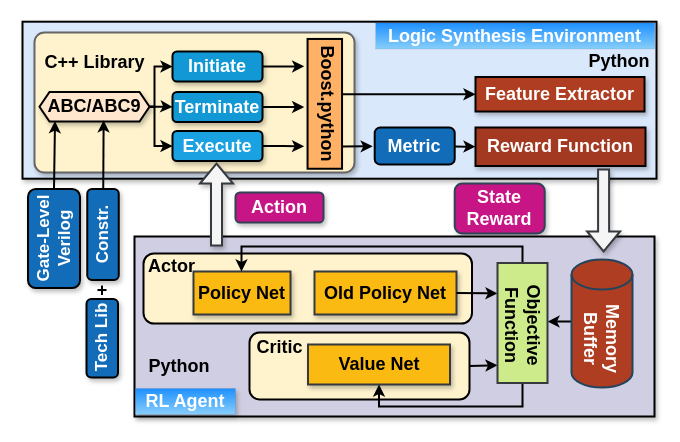
Above: learningframework.drawio in kxzhu0505/LogicSynOpt (draw.io), before the change. Source tidied: cells renumbered, new cells numbered last; positions are measured from the earlier drawing's top-left corner, leaving out a move shared by most shapes. Both pictures are drawn from the tidied source at 100%, with x=0, y=0 at pixel (4, 21).
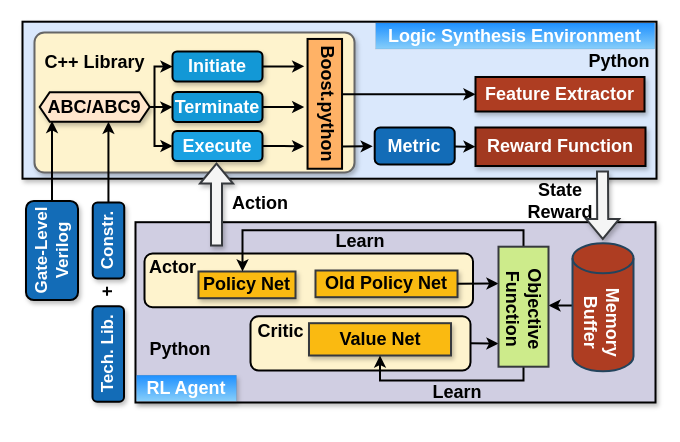
Above is the later version.

The edit, as a diff of the source:
```diff
@@
     <mxCell id="2" value="&lt;font color=&quot;#ffffff&quot;&gt;&lt;b style=&quot;font-size: 17px;&quot;&gt;&lt;font style=&quot;font-size: 17px;&quot;&gt;Gate-&lt;/font&gt;&lt;/b&gt;&lt;b style=&quot;font-size: 17px; background-color: initial;&quot;&gt;Level&lt;/b&gt;&lt;/font&gt;&lt;div style=&quot;font-size: 17px;&quot;&gt;&lt;div&gt;&lt;b&gt;&lt;font color=&quot;#ffffff&quot; style=&quot;font-size: 17px;&quot;&gt;Verilog&lt;/font&gt;&lt;/b&gt;&lt;/div&gt;&lt;/div&gt;" style="rounded=1;whiteSpace=wrap;html=1;fillColor=#136cb7;strokeColor=#000000;strokeWidth=2;shadow=1;rotation=-90;" parent="1" vertex="1">
-      <mxGeometry y="191" width="99" height="52" as="geometry" />
+      <mxGeometry x="-2" y="203" width="99" height="52" as="geometry" />
     </mxCell>
@@
-    <mxCell id="8" value="&lt;font size=&quot;1&quot; style=&quot;&quot;&gt;&lt;b style=&quot;font-size: 18px;&quot;&gt;Action&lt;/b&gt;&lt;/font&gt;" style="rounded=1;whiteSpace=wrap;html=1;fillColor=#C71585;strokeColor=#314354;strokeWidth=2;fontColor=#ffffff;shadow=1;" parent="1" vertex="1">
-      <mxGeometry x="231" y="171" width="88" height="30" as="geometry" />
-    </mxCell>
-    <mxCell id="9" value="&lt;span style=&quot;font-size: 18px;&quot;&gt;&lt;b&gt;State&lt;/b&gt;&lt;/span&gt;&lt;div&gt;&lt;span style=&quot;font-size: 18px;&quot;&gt;&lt;b&gt;Reward&lt;/b&gt;&lt;/span&gt;&lt;/div&gt;" style="rounded=1;whiteSpace=wrap;html=1;fillColor=#C71585;strokeColor=#314354;strokeWidth=2;fontColor=#ffffff;shadow=1;" parent="1" vertex="1">
-      <mxGeometry x="450.2" y="162" width="90" height="50" as="geometry" />
-    </mxCell>
     <mxCell id="10" style="rounded=0;whiteSpace=wrap;html=1;fillColor=#d0cee2;strokeColor=#000000;strokeWidth=2;shadow=1;" parent="1" vertex="1">
-      <mxGeometry x="130" y="215" width="520" height="180" as="geometry" />
+      <mxGeometry x="131" y="200.7" width="520" height="180.3" as="geometry" />
     </mxCell>
     <mxCell id="11" value="&lt;font color=&quot;#ffffff&quot; size=&quot;1&quot; style=&quot;&quot;&gt;&lt;b style=&quot;font-size: 18px;&quot;&gt;RL Agent&lt;/b&gt;&lt;/font&gt;" style="text;html=1;align=center;verticalAlign=middle;whiteSpace=wrap;rounded=0;fillColor=#1E90FF;strokeColor=#36393d;strokeWidth=0;shadow=1;gradientColor=#87CEFA;" parent="1" vertex="1">
-      <mxGeometry x="131" y="367" width="100" height="26" as="geometry" />
+      <mxGeometry x="132" y="353.7" width="100" height="26" as="geometry" />
     </mxCell>
     <mxCell id="12" style="rounded=1;whiteSpace=wrap;html=1;strokeWidth=2;fillColor=#fef3cd;" parent="1" vertex="1">
-      <mxGeometry x="139" y="232" width="328.5" height="70" as="geometry" />
+      <mxGeometry x="140" y="232" width="328.5" height="53.7" as="geometry" />
     </mxCell>
     <mxCell id="13" value="&lt;b style=&quot;&quot;&gt;&lt;font style=&quot;font-size: 18px;&quot;&gt;Policy Net&lt;/font&gt;&lt;/b&gt;" style="rounded=0;whiteSpace=wrap;html=1;fillColor=#faba11;strokeColor=#36393d;strokeWidth=2;shadow=1;" parent="1" vertex="1">
-      <mxGeometry x="189" y="250" width="97" height="43" as="geometry" />
+      <mxGeometry x="194" y="250" width="97" height="26.7" as="geometry" />
     </mxCell>
     <mxCell id="14" value="&lt;b style=&quot;&quot;&gt;&lt;font style=&quot;font-size: 18px;&quot;&gt;Old Policy Net&lt;/font&gt;&lt;/b&gt;" style="rounded=0;whiteSpace=wrap;html=1;fillColor=#faba11;strokeColor=#36393d;strokeWidth=2;shadow=1;" parent="1" vertex="1">
-      <mxGeometry x="310" y="250" width="142" height="43" as="geometry" />
+      <mxGeometry x="311" y="249" width="142" height="26.7" as="geometry" />
     </mxCell>
     <mxCell id="15" style="rounded=1;whiteSpace=wrap;html=1;strokeWidth=2;fillColor=#fef3cd;" parent="1" vertex="1">
-      <mxGeometry x="245" y="311" width="220" height="67" as="geometry" />
+      <mxGeometry x="246" y="294.7" width="220" height="54.3" as="geometry" />
     </mxCell>
     <mxCell id="16" value="&lt;b style=&quot;&quot;&gt;&lt;font style=&quot;font-size: 18px;&quot;&gt;Value Net&lt;/font&gt;&lt;/b&gt;" style="rounded=0;whiteSpace=wrap;html=1;fillColor=#faba11;strokeColor=#36393d;strokeWidth=2;shadow=1;" parent="1" vertex="1">
-      <mxGeometry x="303.5" y="323" width="142" height="40" as="geometry" />
+      <mxGeometry x="304.5" y="301.7" width="142" height="32.3" as="geometry" />
     </mxCell>
     <mxCell id="17" value="&lt;span style=&quot;font-size: 18px;&quot;&gt;&lt;b&gt;Actor&lt;/b&gt;&lt;/span&gt;" style="text;html=1;align=center;verticalAlign=middle;whiteSpace=wrap;rounded=0;" parent="1" vertex="1">
-      <mxGeometry x="127" y="230" width="81" height="30" as="geometry" />
+      <mxGeometry x="128" y="230.7" width="81" height="30" as="geometry" />
     </mxCell>
     <mxCell id="18" value="&lt;span style=&quot;font-size: 18px;&quot;&gt;&lt;b&gt;Critic&lt;/b&gt;&lt;/span&gt;" style="text;html=1;align=center;verticalAlign=middle;whiteSpace=wrap;rounded=0;" parent="1" vertex="1">
-      <mxGeometry x="235" y="311" width="81" height="30" as="geometry" />
+      <mxGeometry x="236" y="294.7" width="81" height="30" as="geometry" />
     </mxCell>
-    <mxCell id="19" style="endArrow=classic;html=1;rounded=0;strokeWidth=2;exitX=1;exitY=0.5;exitDx=0;exitDy=0;entryX=-0.001;entryY=0.304;entryDx=0;entryDy=0;entryPerimeter=0;" parent="1" edge="1" source="14">
+    <mxCell id="19" style="endArrow=classic;html=1;rounded=0;strokeWidth=2;exitX=1;exitY=0.5;exitDx=0;exitDy=0;" parent="1" edge="1" source="14">
       <mxGeometry relative="1" as="geometry">
-        <mxPoint x="493" y="271.9" as="targetPoint" />
+        <mxPoint x="494" y="262" as="targetPoint" />
       </mxGeometry>
     </mxCell>
-    <mxCell id="20" style="endArrow=classic;html=1;rounded=0;strokeWidth=2;entryX=0;entryY=0.75;entryDx=0;entryDy=0;exitX=1;exitY=0.5;exitDx=0;exitDy=0;" parent="1" edge="1" source="15">
+    <mxCell id="20" style="endArrow=classic;html=1;rounded=0;strokeWidth=2;exitX=1;exitY=0.5;exitDx=0;exitDy=0;" parent="1" edge="1" source="15">
       <mxGeometry relative="1" as="geometry">
-        <mxPoint x="493" y="343.7" as="targetPoint" />
+        <mxPoint x="494" y="322" as="targetPoint" />
       </mxGeometry>
     </mxCell>
     <mxCell id="21" style="endArrow=classic;html=1;rounded=0;strokeWidth=2;edgeStyle=orthogonalEdgeStyle;" parent="1" edge="1" target="13">
       <mxGeometry relative="1" as="geometry">
-        <mxPoint x="518" y="245" as="sourcePoint" />
+        <mxPoint x="519" y="228.7" as="sourcePoint" />
         <Array as="points">
-          <mxPoint x="518" y="225" />
-          <mxPoint x="237" y="225" />
+          <mxPoint x="519" y="208.7" />
+          <mxPoint x="238" y="208.7" />
         </Array>
       </mxGeometry>
     </mxCell>
     <mxCell id="22" style="endArrow=classic;html=1;rounded=0;strokeWidth=2;edgeStyle=orthogonalEdgeStyle;entryX=0.5;entryY=1;entryDx=0;entryDy=0;" parent="1" edge="1" target="16">
       <mxGeometry relative="1" as="geometry">
-        <mxPoint x="518" y="355" as="sourcePoint" />
+        <mxPoint x="519" y="338.7" as="sourcePoint" />
         <Array as="points">
-          <mxPoint x="518" y="385" />
-          <mxPoint x="375" y="385" />
+          <mxPoint x="519" y="359" />
+          <mxPoint x="376" y="359" />
         </Array>
       </mxGeometry>
     </mxCell>
     <mxCell id="23" style="endArrow=classic;html=1;rounded=0;strokeWidth=2;entryX=-0.004;entryY=0.225;entryDx=0;entryDy=0;entryPerimeter=0;" parent="1" edge="1">
       <mxGeometry relative="1" as="geometry">
-        <mxPoint x="588" y="300.1" as="sourcePoint" />
-        <mxPoint x="543" y="300.1" as="targetPoint" />
+        <mxPoint x="589" y="283.9" as="sourcePoint" />
+        <mxPoint x="544" y="283.9" as="targetPoint" />
       </mxGeometry>
     </mxCell>
@@
     <mxCell id="28" value="&lt;span style=&quot;font-size: 18px;&quot;&gt;&lt;b&gt;ABC/ABC9&lt;/b&gt;&lt;/span&gt;" style="shape=hexagon;perimeter=hexagonPerimeter2;whiteSpace=wrap;html=1;fixedSize=1;fillColor=#ffe6cc;strokeColor=#000000;strokeWidth=2;shadow=1;rounded=0;size=10;" parent="1" vertex="1">
-      <mxGeometry x="35" y="70.5" width="110" height="29.5" as="geometry" />
+      <mxGeometry x="35.2" y="70.8" width="110" height="29.5" as="geometry" />
     </mxCell>
@@
     <mxCell id="40" value="&lt;font style=&quot;font-size: 18px;&quot;&gt;&lt;b&gt;Python&lt;/b&gt;&lt;/font&gt;" style="text;html=1;align=center;verticalAlign=middle;whiteSpace=wrap;rounded=0;" parent="1" vertex="1">
-      <mxGeometry x="145" y="329.5" width="60" height="30" as="geometry" />
+      <mxGeometry x="146" y="313.2" width="60" height="30" as="geometry" />
     </mxCell>
@@
-    <mxCell id="44" value="&lt;font color=&quot;#ffffff&quot;&gt;&lt;span style=&quot;font-size: 17px;&quot;&gt;&lt;b&gt;Tech Lib&lt;/b&gt;&lt;/span&gt;&lt;/font&gt;" style="rounded=1;whiteSpace=wrap;html=1;fillColor=#136cb7;strokeColor=#000000;strokeWidth=2;shadow=1;rotation=-90;" parent="1" vertex="1">
-      <mxGeometry x="58.5" y="301" width="78.5" height="31.5" as="geometry" />
+    <mxCell id="44" value="&lt;font color=&quot;#ffffff&quot;&gt;&lt;span style=&quot;font-size: 17px;&quot;&gt;&lt;b&gt;Tech. Lib.&lt;/b&gt;&lt;/span&gt;&lt;/font&gt;" style="rounded=1;whiteSpace=wrap;html=1;fillColor=#136cb7;strokeColor=#000000;strokeWidth=2;shadow=1;rotation=-90;" parent="1" vertex="1">
+      <mxGeometry x="56" y="316.8" width="95.5" height="31.5" as="geometry" />
     </mxCell>
-    <mxCell id="45" style="rounded=0;jettySize=auto;html=1;entryX=0.583;entryY=0.961;entryDx=0;entryDy=0;strokeWidth=2;entryPerimeter=0;" parent="1" edge="1" source="46" target="28">
+    <mxCell id="45" style="edgeStyle=orthogonalEdgeStyle;rounded=0;jettySize=auto;html=1;entryX=0.625;entryY=1;entryDx=0;entryDy=0;strokeWidth=2;" parent="1" edge="1" source="46" target="28">
       <mxGeometry relative="1" as="geometry" />
     </mxCell>
     <mxCell id="46" value="&lt;font color=&quot;#ffffff&quot;&gt;&lt;span style=&quot;font-size: 17px;&quot;&gt;&lt;b&gt;Constr.&lt;/b&gt;&lt;/span&gt;&lt;/font&gt;" style="rounded=1;whiteSpace=wrap;html=1;fillColor=#136cb7;strokeColor=#000000;strokeWidth=2;shadow=1;rotation=-90;" parent="1" vertex="1">
-      <mxGeometry x="53" y="197.2" width="91" height="31.5" as="geometry" />
+      <mxGeometry x="66" y="203.2" width="76" height="31.5" as="geometry" />
     </mxCell>
     <mxCell id="47" style="shape=flexArrow;endArrow=none;html=1;rounded=0;strokeWidth=2;fillColor=#F5F5F5;strokeColor=#36393d;shadow=1;startArrow=block;endFill=0;" parent="1" edge="1">
       <mxGeometry relative="1" as="geometry">
-        <mxPoint x="599.1" y="231" as="sourcePoint" />
-        <mxPoint x="599.1" y="147" as="targetPoint" />
+        <mxPoint x="598.3" y="218.5" as="sourcePoint" />
+        <mxPoint x="598" y="149" as="targetPoint" />
       </mxGeometry>
     </mxCell>
     <mxCell id="48" style="group;" parent="1" vertex="1">
-      <mxGeometry x="567" y="243" width="61" height="128" as="geometry" />
+      <mxGeometry x="568" y="226.7" width="61" height="128" as="geometry" />
     </mxCell>
@@
     <mxCell id="51" style="group;fillColor=#cdeb8b;strokeColor=#36393d;strokeWidth=2;" parent="1" vertex="1">
-      <mxGeometry x="493" y="241.5" width="50" height="120" as="geometry" />
+      <mxGeometry x="494" y="225.2" width="50" height="120" as="geometry" />
     </mxCell>
     <mxCell id="52" value="&lt;font style=&quot;font-size: 18px;&quot;&gt;&lt;b&gt;Objective&lt;/b&gt;&lt;/font&gt;&lt;div style=&quot;font-size: 18px;&quot;&gt;&lt;b&gt;Function&lt;/b&gt;&lt;/div&gt;" style="text;html=1;align=center;verticalAlign=middle;whiteSpace=wrap;rounded=0;direction=south;rotation=90;" parent="1" vertex="1">
-      <mxGeometry x="471.5" y="291" width="93" height="25" as="geometry" />
+      <mxGeometry x="472.5" y="274.7" width="93" height="25" as="geometry" />
     </mxCell>
-    <mxCell id="53" style="rounded=0;jettySize=auto;html=1;entryX=0.141;entryY=0.986;entryDx=0;entryDy=0;strokeWidth=2;exitX=1;exitY=0.5;exitDx=0;exitDy=0;entryPerimeter=0;" parent="1" edge="1" source="2" target="28">
+    <mxCell id="53" style="rounded=0;jettySize=auto;html=1;entryX=0.112;entryY=0.971;entryDx=0;entryDy=0;strokeWidth=2;exitX=1;exitY=0.5;exitDx=0;exitDy=0;entryPerimeter=0;" parent="1" edge="1" source="2" target="28">
       <mxGeometry relative="1" as="geometry" />
     </mxCell>
+    <mxCell id="8" value="&lt;font style=&quot;font-size: 18px;&quot;&gt;&lt;b&gt;Action&lt;/b&gt;&lt;/font&gt;" style="text;html=1;align=center;verticalAlign=middle;whiteSpace=wrap;rounded=0;" parent="1" vertex="1">
+      <mxGeometry x="226" y="167.2" width="60" height="30" as="geometry" />
+    </mxCell>
+    <mxCell id="9" value="&lt;font style=&quot;font-size: 18px;&quot;&gt;&lt;b&gt;State&lt;/b&gt;&lt;/font&gt;&lt;div&gt;&lt;font style=&quot;font-size: 18px;&quot;&gt;&lt;b&gt;Reward&lt;/b&gt;&lt;/font&gt;&lt;/div&gt;" style="text;html=1;align=center;verticalAlign=middle;whiteSpace=wrap;rounded=0;" parent="1" vertex="1">
+      <mxGeometry x="526" y="165.2" width="60" height="30" as="geometry" />
+    </mxCell>
-    <mxCell id="54" value="&lt;font style=&quot;font-size: 18px;&quot;&gt;&lt;b&gt;+&lt;/b&gt;&lt;/font&gt;" style="text;html=1;align=center;verticalAlign=middle;whiteSpace=wrap;rounded=0;" parent="1" vertex="1">
-      <mxGeometry x="68" y="254" width="60" height="30" as="geometry" />
+    <mxCell id="54" value="&lt;font style=&quot;font-size: 18px;&quot;&gt;&lt;b&gt;+&lt;/b&gt;&lt;/font&gt;" style="text;html=1;align=center;verticalAlign=middle;whiteSpace=wrap;rounded=0;rotation=-90;" parent="1" vertex="1">
+      <mxGeometry x="93.8" y="263" width="20" height="14.7" as="geometry" />
     </mxCell>
+    <mxCell id="55" value="&lt;font style=&quot;font-size: 18px;&quot;&gt;&lt;b&gt;Learn&lt;/b&gt;&lt;/font&gt;" style="text;html=1;align=center;verticalAlign=middle;whiteSpace=wrap;rounded=0;" parent="1" vertex="1">
+      <mxGeometry x="326" y="205" width="60" height="30" as="geometry" />
+    </mxCell>
+    <mxCell id="56" value="&lt;font style=&quot;font-size: 18px;&quot;&gt;&lt;b&gt;Learn&lt;/b&gt;&lt;/font&gt;" style="text;html=1;align=center;verticalAlign=middle;whiteSpace=wrap;rounded=0;" parent="1" vertex="1">
+      <mxGeometry x="423" y="355.7" width="60" height="30" as="geometry" />
+    </mxCell>
```
